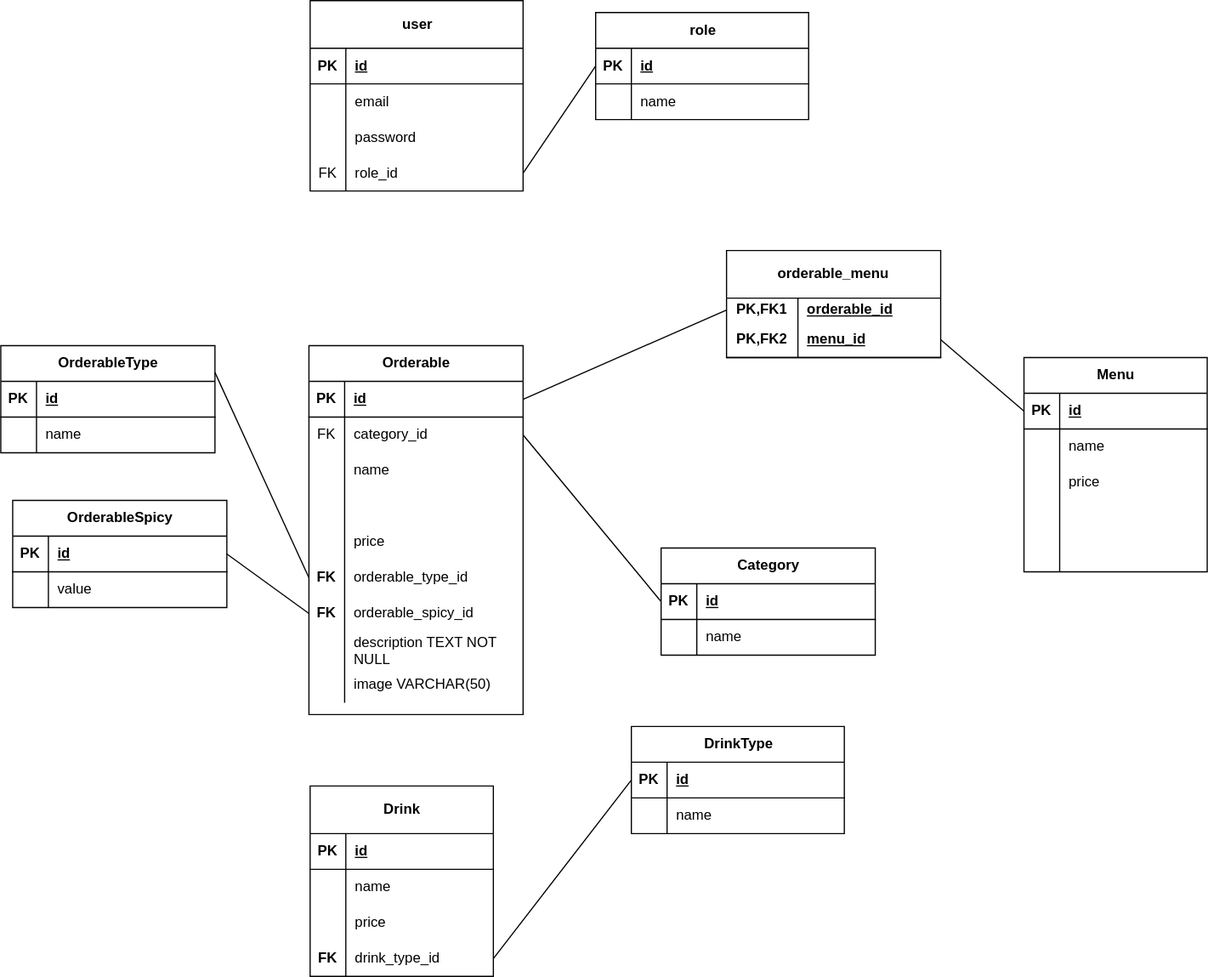
This is code/merise/MLD.drawio.svg from prativa-k/Le-chemin-d-himalaya, a draw.io export, as it was before one commit. Source tidied: cells renumbered, new cells last; positions are measured from the earlier drawing's top-left corner, leaving out a move shared by most shapes.
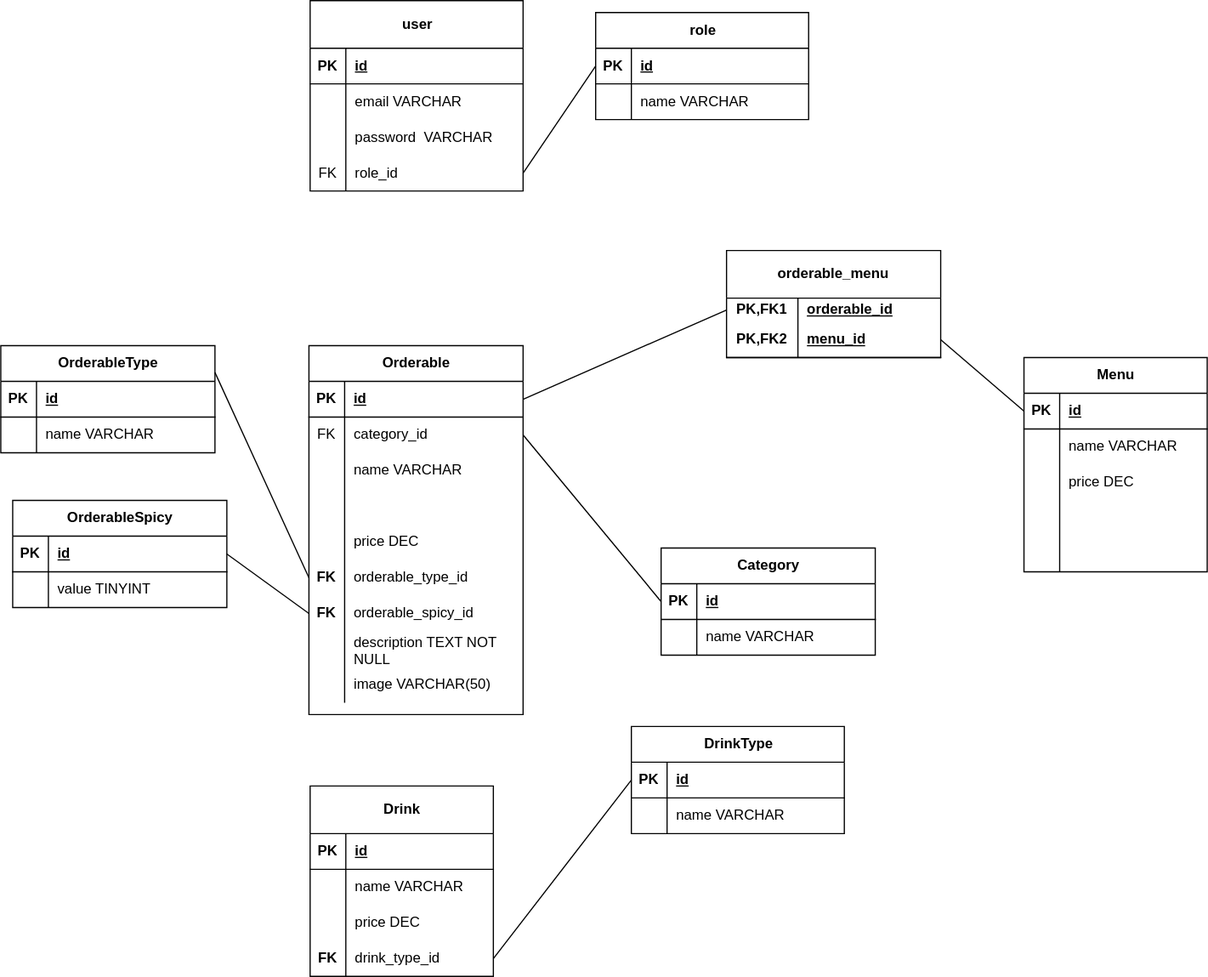
Later version of the same file.

Diff of the diagram source:
```diff
@@ -20,7 +20,7 @@
     <mxCell id="7" style="shape=partialRectangle;fillColor=none;top=0;left=0;bottom=0;right=0;overflow=hidden;whiteSpace=wrap;html=1;" parent="6" vertex="1">
       <mxGeometry width="30" height="30" as="geometry" />
     </mxCell>
-    <mxCell id="8" value="email" style="shape=partialRectangle;fillColor=none;top=0;left=0;bottom=0;right=0;align=left;spacingLeft=6;overflow=hidden;whiteSpace=wrap;html=1;" parent="6" vertex="1">
+    <mxCell id="8" value="email VARCHAR" style="shape=partialRectangle;fillColor=none;top=0;left=0;bottom=0;right=0;align=left;spacingLeft=6;overflow=hidden;whiteSpace=wrap;html=1;" parent="6" vertex="1">
       <mxGeometry x="30" width="149" height="30" as="geometry" />
     </mxCell>
     <mxCell id="9" style="shape=tableRow;horizontal=0;startSize=0;swimlaneHead=0;swimlaneBody=0;fillColor=none;top=0;left=0;right=0;bottom=0;" parent="2" vertex="1">
@@ -29,7 +29,7 @@
     <mxCell id="10" style="shape=partialRectangle;fillColor=none;top=0;left=0;bottom=0;right=0;overflow=hidden;whiteSpace=wrap;html=1;" parent="9" vertex="1">
       <mxGeometry width="30" height="30" as="geometry" />
     </mxCell>
-    <mxCell id="11" value="password" style="shape=partialRectangle;fillColor=none;top=0;left=0;bottom=0;right=0;align=left;spacingLeft=6;overflow=hidden;whiteSpace=wrap;html=1;" parent="9" vertex="1">
+    <mxCell id="11" value="password&amp;nbsp; VARCHAR" style="shape=partialRectangle;fillColor=none;top=0;left=0;bottom=0;right=0;align=left;spacingLeft=6;overflow=hidden;whiteSpace=wrap;html=1;" parent="9" vertex="1">
       <mxGeometry x="30" width="149" height="30" as="geometry" />
     </mxCell>
     <mxCell id="12" style="shape=tableRow;horizontal=0;startSize=0;swimlaneHead=0;swimlaneBody=0;fillColor=none;points=[[0,0.5],[1,0.5]];portConstraint=eastwest;top=0;left=0;right=0;bottom=0;" parent="2" vertex="1">
@@ -59,7 +59,7 @@
     <mxCell id="20" style="shape=partialRectangle;fillColor=none;top=0;left=0;bottom=0;right=0;overflow=hidden;whiteSpace=wrap;html=1;" parent="19" vertex="1">
       <mxGeometry width="30" height="30" as="geometry" />
     </mxCell>
-    <mxCell id="21" value="name" style="shape=partialRectangle;fillColor=none;top=0;left=0;bottom=0;right=0;align=left;spacingLeft=6;overflow=hidden;whiteSpace=wrap;html=1;" parent="19" vertex="1">
+    <mxCell id="21" value="name VARCHAR" style="shape=partialRectangle;fillColor=none;top=0;left=0;bottom=0;right=0;align=left;spacingLeft=6;overflow=hidden;whiteSpace=wrap;html=1;" parent="19" vertex="1">
       <mxGeometry x="30" width="149" height="30" as="geometry" />
     </mxCell>
     <mxCell id="22" style="endArrow=none;html=1;rounded=0;entryX=0;entryY=0.5;entryDx=0;entryDy=0;exitX=1;exitY=0.5;exitDx=0;exitDy=0;" parent="1" edge="1" source="12" target="16">
@@ -83,7 +83,7 @@
     <mxCell id="28" value="&lt;span style=&quot;white-space: pre;&quot;&gt;&#9;&lt;/span&gt;" style="shape=partialRectangle;fillColor=none;top=0;left=0;bottom=0;right=0;overflow=hidden;whiteSpace=wrap;html=1;" parent="27" vertex="1">
       <mxGeometry width="30" height="30" as="geometry" />
     </mxCell>
-    <mxCell id="29" value="name" style="shape=partialRectangle;fillColor=none;top=0;left=0;bottom=0;right=0;align=left;spacingLeft=6;overflow=hidden;whiteSpace=wrap;html=1;" parent="27" vertex="1">
+    <mxCell id="29" value="name VARCHAR" style="shape=partialRectangle;fillColor=none;top=0;left=0;bottom=0;right=0;align=left;spacingLeft=6;overflow=hidden;whiteSpace=wrap;html=1;" parent="27" vertex="1">
       <mxGeometry x="30" width="124" height="30" as="geometry" />
     </mxCell>
     <mxCell id="30" style="shape=tableRow;horizontal=0;startSize=0;swimlaneHead=0;swimlaneBody=0;fillColor=none;top=0;left=0;right=0;bottom=0;" parent="23" vertex="1">
@@ -92,7 +92,7 @@
     <mxCell id="31" style="shape=partialRectangle;fillColor=none;top=0;left=0;bottom=0;right=0;overflow=hidden;whiteSpace=wrap;html=1;" parent="30" vertex="1">
       <mxGeometry width="30" height="30" as="geometry" />
     </mxCell>
-    <mxCell id="32" value="price" style="shape=partialRectangle;fillColor=none;top=0;left=0;bottom=0;right=0;align=left;spacingLeft=6;overflow=hidden;whiteSpace=wrap;html=1;" parent="30" vertex="1">
+    <mxCell id="32" value="price DEC" style="shape=partialRectangle;fillColor=none;top=0;left=0;bottom=0;right=0;align=left;spacingLeft=6;overflow=hidden;whiteSpace=wrap;html=1;" parent="30" vertex="1">
       <mxGeometry x="30" width="124" height="30" as="geometry" />
     </mxCell>
     <mxCell id="33" style="shape=tableRow;horizontal=0;startSize=0;swimlaneHead=0;swimlaneBody=0;fillColor=none;top=0;left=0;right=0;bottom=0;" parent="23" vertex="1">
@@ -131,7 +131,7 @@
     <mxCell id="44" value="&lt;span style=&quot;white-space: pre;&quot;&gt;&#9;&lt;/span&gt;" style="shape=partialRectangle;fillColor=none;top=0;left=0;bottom=0;right=0;overflow=hidden;whiteSpace=wrap;html=1;" parent="43" vertex="1">
       <mxGeometry width="30" height="30" as="geometry" />
     </mxCell>
-    <mxCell id="45" value="name" style="shape=partialRectangle;fillColor=none;top=0;left=0;bottom=0;right=0;align=left;spacingLeft=6;overflow=hidden;whiteSpace=wrap;html=1;" parent="43" vertex="1">
+    <mxCell id="45" value="name VARCHAR" style="shape=partialRectangle;fillColor=none;top=0;left=0;bottom=0;right=0;align=left;spacingLeft=6;overflow=hidden;whiteSpace=wrap;html=1;" parent="43" vertex="1">
       <mxGeometry x="30" width="124" height="30" as="geometry" />
     </mxCell>
     <mxCell id="46" style="shape=tableRow;horizontal=0;startSize=0;swimlaneHead=0;swimlaneBody=0;fillColor=none;top=0;left=0;right=0;bottom=0;" parent="39" vertex="1">
@@ -140,7 +140,7 @@
     <mxCell id="47" style="shape=partialRectangle;fillColor=none;top=0;left=0;bottom=0;right=0;overflow=hidden;whiteSpace=wrap;html=1;" parent="46" vertex="1">
       <mxGeometry width="30" height="30" as="geometry" />
     </mxCell>
-    <mxCell id="48" value="price" style="shape=partialRectangle;fillColor=none;top=0;left=0;bottom=0;right=0;align=left;spacingLeft=6;overflow=hidden;whiteSpace=wrap;html=1;" parent="46" vertex="1">
+    <mxCell id="48" value="price DEC" style="shape=partialRectangle;fillColor=none;top=0;left=0;bottom=0;right=0;align=left;spacingLeft=6;overflow=hidden;whiteSpace=wrap;html=1;" parent="46" vertex="1">
       <mxGeometry x="30" width="124" height="30" as="geometry" />
     </mxCell>
     <mxCell id="49" style="shape=tableRow;horizontal=0;startSize=0;swimlaneHead=0;swimlaneBody=0;fillColor=none;points=[[0,0.5],[1,0.5]];portConstraint=eastwest;top=0;left=0;right=0;bottom=0;" parent="39" vertex="1">
@@ -170,7 +170,7 @@
     <mxCell id="57" style="shape=partialRectangle;fillColor=none;top=0;left=0;bottom=0;right=0;overflow=hidden;whiteSpace=wrap;html=1;" parent="56" vertex="1">
       <mxGeometry width="30" height="30" as="geometry" />
     </mxCell>
-    <mxCell id="58" value="name" style="shape=partialRectangle;fillColor=none;top=0;left=0;bottom=0;right=0;align=left;spacingLeft=6;overflow=hidden;whiteSpace=wrap;html=1;" parent="56" vertex="1">
+    <mxCell id="58" value="name VARCHAR" style="shape=partialRectangle;fillColor=none;top=0;left=0;bottom=0;right=0;align=left;spacingLeft=6;overflow=hidden;whiteSpace=wrap;html=1;" parent="56" vertex="1">
       <mxGeometry x="30" width="149" height="30" as="geometry" />
     </mxCell>
     <mxCell id="59" value="Category" style="shape=table;startSize=30;rowLines=0;fontStyle=1;align=center;html=1;" parent="1" vertex="1">
@@ -191,7 +191,7 @@
     <mxCell id="64" style="shape=partialRectangle;fillColor=none;top=0;left=0;bottom=0;right=0;overflow=hidden;whiteSpace=wrap;html=1;" parent="63" vertex="1">
       <mxGeometry width="30" height="30" as="geometry" />
     </mxCell>
-    <mxCell id="65" value="name" style="shape=partialRectangle;fillColor=none;top=0;left=0;bottom=0;right=0;align=left;spacingLeft=6;overflow=hidden;whiteSpace=wrap;html=1;" parent="63" vertex="1">
+    <mxCell id="65" value="name VARCHAR" style="shape=partialRectangle;fillColor=none;top=0;left=0;bottom=0;right=0;align=left;spacingLeft=6;overflow=hidden;whiteSpace=wrap;html=1;" parent="63" vertex="1">
       <mxGeometry x="30" width="150" height="30" as="geometry" />
     </mxCell>
     <mxCell id="66" value="Orderable" style="shape=table;startSize=30;rowLines=0;fontStyle=1;align=center;html=1;" parent="1" vertex="1">
@@ -221,7 +221,7 @@
     <mxCell id="74" style="shape=partialRectangle;fillColor=none;top=0;left=0;bottom=0;right=0;overflow=hidden;whiteSpace=wrap;html=1;" parent="73" vertex="1">
       <mxGeometry width="30" height="30" as="geometry" />
     </mxCell>
-    <mxCell id="75" value="name" style="shape=partialRectangle;fillColor=none;top=0;left=0;bottom=0;right=0;align=left;spacingLeft=6;overflow=hidden;whiteSpace=wrap;html=1;" parent="73" vertex="1">
+    <mxCell id="75" value="name VARCHAR" style="shape=partialRectangle;fillColor=none;top=0;left=0;bottom=0;right=0;align=left;spacingLeft=6;overflow=hidden;whiteSpace=wrap;html=1;" parent="73" vertex="1">
       <mxGeometry x="30" width="150" height="30" as="geometry" />
     </mxCell>
     <mxCell id="76" style="shape=tableRow;horizontal=0;startSize=0;swimlaneHead=0;swimlaneBody=0;fillColor=none;top=0;left=0;right=0;bottom=0;" parent="66" vertex="1">
@@ -239,7 +239,7 @@
     <mxCell id="80" style="shape=partialRectangle;fillColor=none;top=0;left=0;bottom=0;right=0;overflow=hidden;whiteSpace=wrap;html=1;" parent="79" vertex="1">
       <mxGeometry width="30" height="30" as="geometry" />
     </mxCell>
-    <mxCell id="81" value="price" style="shape=partialRectangle;fillColor=none;top=0;left=0;bottom=0;right=0;align=left;spacingLeft=6;overflow=hidden;whiteSpace=wrap;html=1;" parent="79" vertex="1">
+    <mxCell id="81" value="price DEC" style="shape=partialRectangle;fillColor=none;top=0;left=0;bottom=0;right=0;align=left;spacingLeft=6;overflow=hidden;whiteSpace=wrap;html=1;" parent="79" vertex="1">
       <mxGeometry x="30" width="150" height="30" as="geometry" />
     </mxCell>
     <mxCell id="82" style="shape=tableRow;horizontal=0;startSize=0;swimlaneHead=0;swimlaneBody=0;fillColor=none;points=[[0,0.5],[1,0.5]];portConstraint=eastwest;top=0;left=0;right=0;bottom=0;" parent="66" vertex="1">
@@ -329,7 +329,7 @@
     <mxCell id="110" style="shape=partialRectangle;fillColor=none;top=0;left=0;bottom=0;right=0;overflow=hidden;whiteSpace=wrap;html=1;" parent="109" vertex="1">
       <mxGeometry width="30" height="30" as="geometry" />
     </mxCell>
-    <mxCell id="111" value="value" style="shape=partialRectangle;fillColor=none;top=0;left=0;bottom=0;right=0;align=left;spacingLeft=6;overflow=hidden;whiteSpace=wrap;html=1;" parent="109" vertex="1">
+    <mxCell id="111" value="value TINYINT" style="shape=partialRectangle;fillColor=none;top=0;left=0;bottom=0;right=0;align=left;spacingLeft=6;overflow=hidden;whiteSpace=wrap;html=1;" parent="109" vertex="1">
       <mxGeometry x="30" width="150" height="30" as="geometry" />
     </mxCell>
     <mxCell id="112" value="OrderableType" style="shape=table;startSize=30;rowLines=0;fontStyle=1;align=center;html=1;" parent="1" vertex="1">
@@ -350,7 +350,7 @@
     <mxCell id="117" style="shape=partialRectangle;fillColor=none;top=0;left=0;bottom=0;right=0;overflow=hidden;whiteSpace=wrap;html=1;" parent="116" vertex="1">
       <mxGeometry width="30" height="30" as="geometry" />
     </mxCell>
-    <mxCell id="118" value="name" style="shape=partialRectangle;fillColor=none;top=0;left=0;bottom=0;right=0;align=left;spacingLeft=6;overflow=hidden;whiteSpace=wrap;html=1;" parent="116" vertex="1">
+    <mxCell id="118" value="name VARCHAR" style="shape=partialRectangle;fillColor=none;top=0;left=0;bottom=0;right=0;align=left;spacingLeft=6;overflow=hidden;whiteSpace=wrap;html=1;" parent="116" vertex="1">
       <mxGeometry x="30" width="150" height="30" as="geometry" />
     </mxCell>
     <mxCell id="119" style="endArrow=none;html=1;rounded=0;exitX=1;exitY=0.25;exitDx=0;exitDy=0;entryX=0;entryY=0.5;entryDx=0;entryDy=0;" parent="1" edge="1" source="112" target="82">
```
